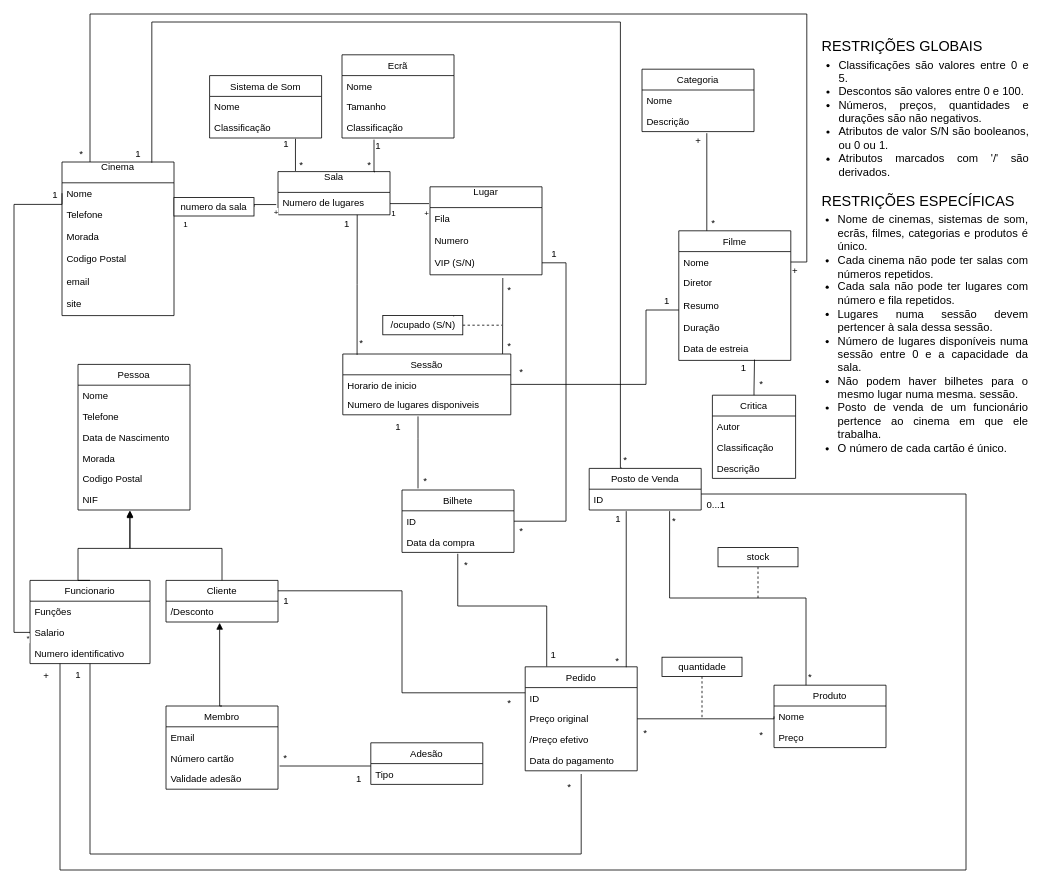
Before: UML.drawio in GambuzX/Movie-Theater-DB, a draw.io diagram. Source tidied: cells renumbered, new cells numbered last; positions are measured from the earlier drawing's top-left corner, leaving out a move shared by most shapes. Both pictures are drawn from the tidied source at 80%, with x=0, y=0 at pixel (14, 14).
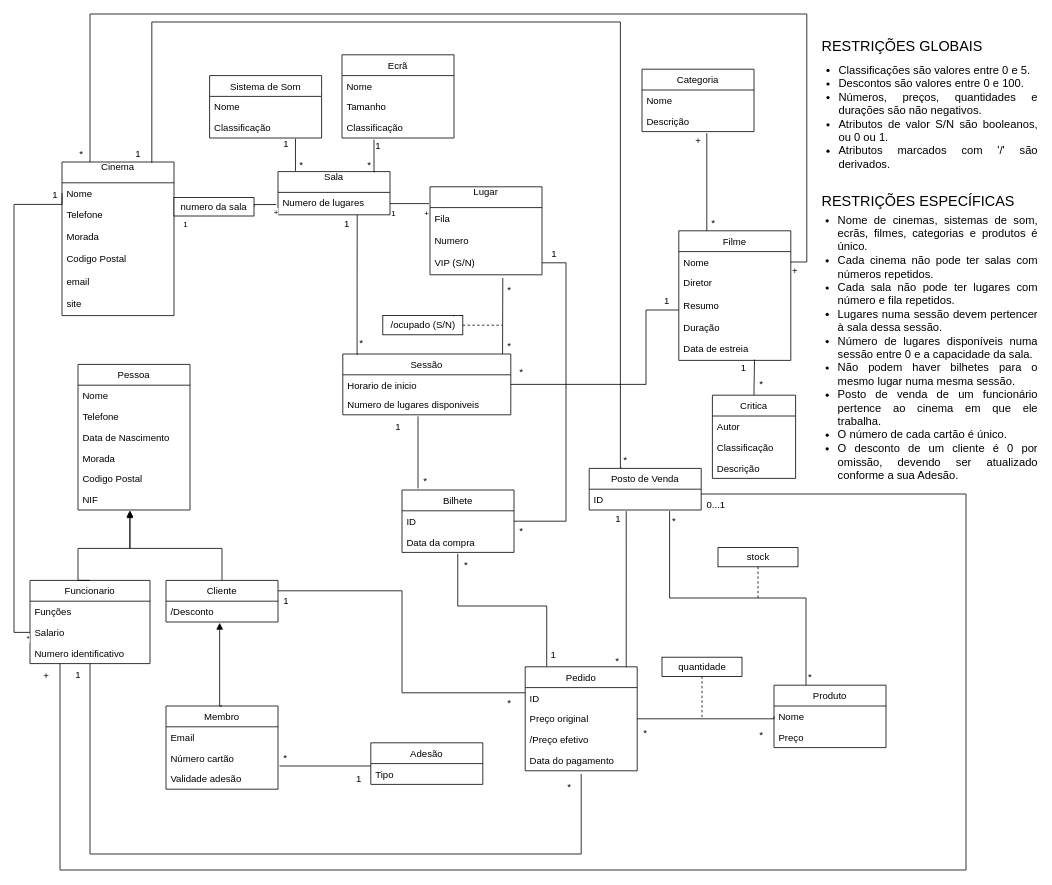
The same diagram, later.

Diff of the diagram source:
```diff
@@
     <mxCell id="148" value="&lt;ul style=&quot;font-size: 14px&quot;&gt;&lt;li style=&quot;text-align: justify&quot;&gt;Classificações são valores entre 0 e 5.&lt;/li&gt;&lt;li style=&quot;text-align: justify&quot;&gt;Descontos são valores entre 0 e 100.&lt;/li&gt;&lt;li style=&quot;text-align: justify&quot;&gt;Números, preços, quantidades e durações são não negativos.&lt;/li&gt;&lt;li style=&quot;text-align: justify&quot;&gt;Atributos de valor S/N são booleanos, ou 0 ou 1.&lt;/li&gt;&lt;li style=&quot;text-align: justify&quot;&gt;Atributos marcados com '/' são derivados.&lt;/li&gt;&lt;/ul&gt;" style="text;strokeColor=none;fillColor=none;html=1;whiteSpace=wrap;verticalAlign=middle;overflow=hidden;" parent="1" vertex="1">
-      <mxGeometry x="989" y="39" width="280" height="180" as="geometry" />
+      <mxGeometry x="989" y="39" width="291" height="180" as="geometry" />
     </mxCell>
-    <mxCell id="149" value="&lt;ul style=&quot;font-size: 14px&quot;&gt;&lt;li style=&quot;text-align: justify&quot;&gt;Nome de cinemas, sistemas de som, ecrãs, filmes, categorias e produtos é único.&lt;/li&gt;&lt;li style=&quot;text-align: justify&quot;&gt;Cada cinema não pode ter salas com números repetidos.&lt;/li&gt;&lt;li style=&quot;text-align: justify&quot;&gt;Cada sala não pode ter lugares com número e fila repetidos.&lt;/li&gt;&lt;li style=&quot;text-align: justify&quot;&gt;Lugares numa sessão devem pertencer à sala dessa sessão.&lt;/li&gt;&lt;li style=&quot;text-align: justify&quot;&gt;Número de lugares disponíveis numa sessão entre 0 e a capacidade da sala.&lt;/li&gt;&lt;li style=&quot;text-align: justify&quot;&gt;Não podem haver bilhetes para o mesmo lugar numa mesma. sessão.&lt;/li&gt;&lt;li style=&quot;text-align: justify&quot;&gt;Posto de venda de um funcionário pertence ao cinema em que ele trabalha.&lt;/li&gt;&lt;li style=&quot;text-align: justify&quot;&gt;O número de cada cartão é único.&lt;/li&gt;&lt;/ul&gt;" style="text;strokeColor=none;fillColor=none;html=1;whiteSpace=wrap;verticalAlign=middle;overflow=hidden;" parent="1" vertex="1">
-      <mxGeometry x="988" y="202" width="280" height="395" as="geometry" />
+    <mxCell id="149" value="&lt;ul style=&quot;font-size: 14px&quot;&gt;&lt;li style=&quot;text-align: justify&quot;&gt;Nome de cinemas, sistemas de som, ecrãs, filmes, categorias e produtos é único.&lt;/li&gt;&lt;li style=&quot;text-align: justify&quot;&gt;Cada cinema não pode ter salas com números repetidos.&lt;/li&gt;&lt;li style=&quot;text-align: justify&quot;&gt;Cada sala não pode ter lugares com número e fila repetidos.&lt;/li&gt;&lt;li style=&quot;text-align: justify&quot;&gt;Lugares numa sessão devem pertencer à sala dessa sessão.&lt;/li&gt;&lt;li style=&quot;text-align: justify&quot;&gt;Número de lugares disponíveis numa sessão entre 0 e a capacidade da sala.&lt;/li&gt;&lt;li style=&quot;text-align: justify&quot;&gt;Não podem haver bilhetes para o mesmo lugar numa mesma sessão.&lt;/li&gt;&lt;li style=&quot;text-align: justify&quot;&gt;Posto de venda de um funcionário pertence ao cinema em que ele trabalha.&lt;/li&gt;&lt;li style=&quot;text-align: justify&quot;&gt;O número de cada cartão é único.&lt;/li&gt;&lt;li style=&quot;text-align: justify&quot;&gt;O desconto de um cliente é 0 por omissão, devendo ser atualizado conforme a sua Adesão.&lt;/li&gt;&lt;/ul&gt;" style="text;strokeColor=none;fillColor=none;html=1;whiteSpace=wrap;verticalAlign=middle;overflow=hidden;" parent="1" vertex="1">
+      <mxGeometry x="988" y="219" width="292" height="395" as="geometry" />
     </mxCell>
```
